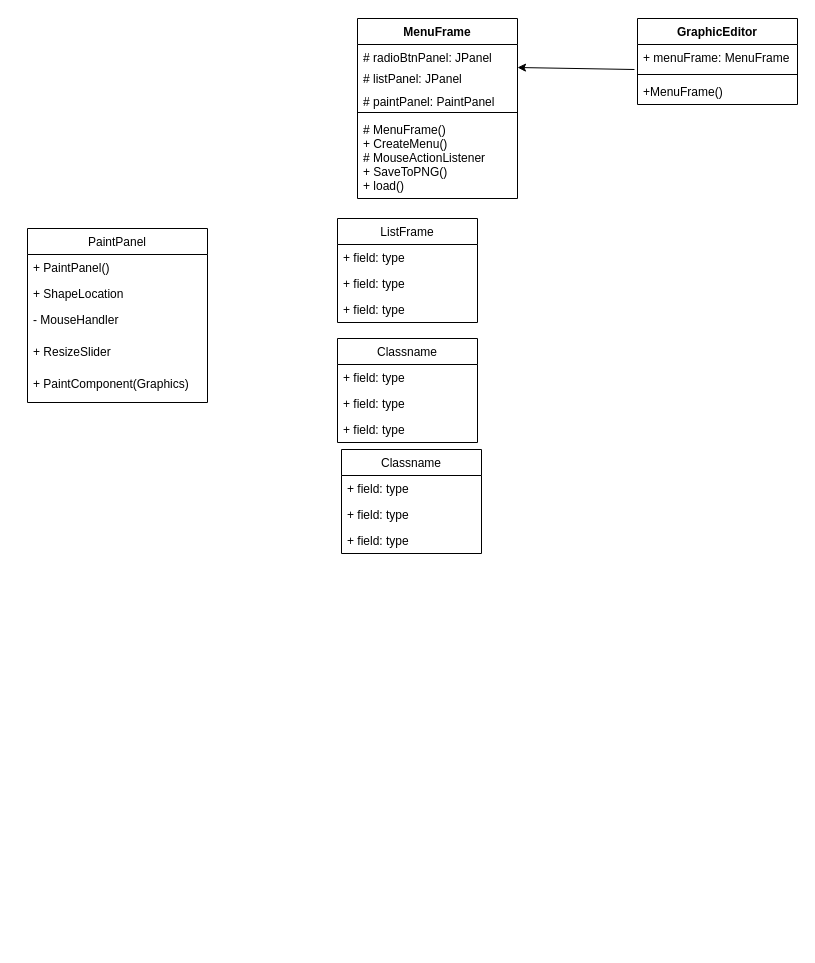
Earlier version of the draw.io diagram Graphic Editor/GraphicEditor_ClassDiagram.drawio (BUZZINGPolarBear/Kau_2020_AutomnSemester). Source tidied: cells renumbered, new cells numbered last; positions are measured from the earlier drawing's top-left corner, leaving out a move shared by most shapes. Both pictures are drawn from the tidied source at 100%, with x=0, y=0 at pixel (27, 18).
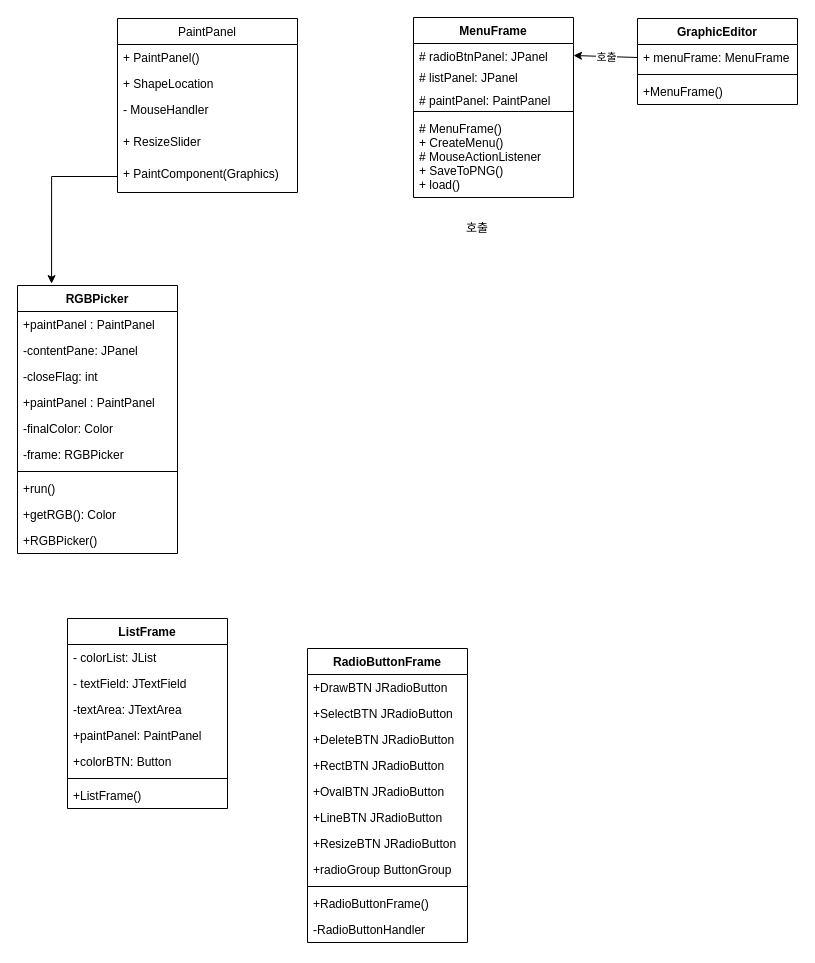
The same page after the edit.

The change refers to these unchanged cells:
```xml
<mxCell id="3" value="+ menuFrame: MenuFrame" style="text;strokeColor=none;fillColor=none;align=left;verticalAlign=top;spacingLeft=4;spacingRight=4;overflow=hidden;points=[[0,0.5],[1,0.5]];portConstraint=eastwest;" parent="2" vertex="1">
  <mxGeometry y="26" width="160" height="26" as="geometry" />
</mxCell>
<mxCell id="7" value="# radioBtnPanel: JPanel" style="text;strokeColor=none;fillColor=none;align=left;verticalAlign=top;spacingLeft=4;spacingRight=4;overflow=hidden;points=[[0,0.5],[1,0.5]];portConstraint=eastwest;" parent="6" vertex="1">
  <mxGeometry y="26" width="160" height="24" as="geometry" />
</mxCell>
<mxCell id="18" value="+ PaintComponent(Graphics)" style="text;strokeColor=none;fillColor=none;align=left;verticalAlign=top;spacingLeft=4;spacingRight=4;overflow=hidden;points=[[0,0.5],[1,0.5]];portConstraint=eastwest;" parent="13" vertex="1">
  <mxGeometry y="142" width="180" height="32" as="geometry" />
</mxCell>
```

Diff of the diagram source:
```diff
@@
     <mxCell id="6" value="MenuFrame" style="swimlane;fontStyle=1;align=center;verticalAlign=top;horizontal=1;startSize=26;" parent="1" vertex="1">
-      <mxGeometry x="330" width="160" height="180" as="geometry" />
+      <mxGeometry x="386" y="-1" width="160" height="180" as="geometry" />
     </mxCell>
@@
-    <mxCell id="12" style="endArrow=classic;html=1;exitX=-0.019;exitY=0.962;exitDx=0;exitDy=0;exitPerimeter=0;" parent="1" edge="1" source="3">
-      <mxGeometry relative="1" as="geometry">
-        <mxPoint x="490" y="49" as="targetPoint" />
-      </mxGeometry>
-    </mxCell>
     <mxCell id="13" value="PaintPanel" style="swimlane;fontStyle=0;horizontal=1;startSize=26;fillColor=none;" parent="1" vertex="1">
-      <mxGeometry y="210" width="180" height="174" as="geometry" />
+      <mxGeometry x="90" width="180" height="174" as="geometry" />
     </mxCell>
@@
-    <mxCell id="19" value="ListFrame" style="swimlane;fontStyle=0;horizontal=1;startSize=26;fillColor=none;" parent="1" vertex="1">
-      <mxGeometry x="310" y="200" width="140" height="104" as="geometry" />
+    <mxCell id="19" value="ListFrame" style="swimlane;fontStyle=1;align=center;verticalAlign=top;horizontal=1;startSize=26;" parent="1" vertex="1">
+      <mxGeometry x="40" y="600" width="160" height="190" as="geometry" />
     </mxCell>
-    <mxCell id="20" value="+ field: type" style="text;strokeColor=none;fillColor=none;align=left;verticalAlign=top;spacingLeft=4;spacingRight=4;overflow=hidden;" parent="19" vertex="1">
-      <mxGeometry y="26" width="140" height="26" as="geometry" />
-    </mxCell>
-    <mxCell id="21" value="+ field: type" style="text;strokeColor=none;fillColor=none;align=left;verticalAlign=top;spacingLeft=4;spacingRight=4;overflow=hidden;" parent="19" vertex="1">
-      <mxGeometry y="52" width="140" height="26" as="geometry" />
-    </mxCell>
-    <mxCell id="22" value="+ field: type" style="text;strokeColor=none;fillColor=none;align=left;verticalAlign=top;spacingLeft=4;spacingRight=4;overflow=hidden;" parent="19" vertex="1">
-      <mxGeometry y="78" width="140" height="26" as="geometry" />
-    </mxCell>
-    <mxCell id="23" value="Classname" style="swimlane;fontStyle=0;horizontal=1;startSize=26;fillColor=none;" parent="1" vertex="1">
-      <mxGeometry x="310" y="320" width="140" height="104" as="geometry" />
-    </mxCell>
-    <mxCell id="24" value="+ field: type" style="text;strokeColor=none;fillColor=none;align=left;verticalAlign=top;spacingLeft=4;spacingRight=4;overflow=hidden;" parent="23" vertex="1">
-      <mxGeometry y="26" width="140" height="26" as="geometry" />
-    </mxCell>
-    <mxCell id="25" value="+ field: type" style="text;strokeColor=none;fillColor=none;align=left;verticalAlign=top;spacingLeft=4;spacingRight=4;overflow=hidden;" parent="23" vertex="1">
-      <mxGeometry y="52" width="140" height="26" as="geometry" />
-    </mxCell>
-    <mxCell id="26" value="+ field: type" style="text;strokeColor=none;fillColor=none;align=left;verticalAlign=top;spacingLeft=4;spacingRight=4;overflow=hidden;" parent="23" vertex="1">
-      <mxGeometry y="78" width="140" height="26" as="geometry" />
-    </mxCell>
-    <mxCell id="27" value="Classname" style="swimlane;fontStyle=0;horizontal=1;startSize=26;fillColor=none;" parent="1" vertex="1">
-      <mxGeometry x="314" y="431" width="140" height="104" as="geometry" />
-    </mxCell>
-    <mxCell id="28" value="+ field: type" style="text;strokeColor=none;fillColor=none;align=left;verticalAlign=top;spacingLeft=4;spacingRight=4;overflow=hidden;" parent="27" vertex="1">
-      <mxGeometry y="26" width="140" height="26" as="geometry" />
-    </mxCell>
-    <mxCell id="29" value="+ field: type" style="text;strokeColor=none;fillColor=none;align=left;verticalAlign=top;spacingLeft=4;spacingRight=4;overflow=hidden;" parent="27" vertex="1">
-      <mxGeometry y="52" width="140" height="26" as="geometry" />
-    </mxCell>
-    <mxCell id="30" value="+ field: type" style="text;strokeColor=none;fillColor=none;align=left;verticalAlign=top;spacingLeft=4;spacingRight=4;overflow=hidden;" parent="27" vertex="1">
-      <mxGeometry y="78" width="140" height="26" as="geometry" />
-    </mxCell>
+    <mxCell id="31" value="- colorList: JList" style="text;strokeColor=none;fillColor=none;align=left;verticalAlign=top;spacingLeft=4;spacingRight=4;overflow=hidden;" parent="19" vertex="1">
+      <mxGeometry y="26" width="160" height="26" as="geometry" />
+    </mxCell>
+    <mxCell id="32" value="- textField: JTextField" style="text;strokeColor=none;fillColor=none;align=left;verticalAlign=top;spacingLeft=4;spacingRight=4;overflow=hidden;" parent="19" vertex="1">
+      <mxGeometry y="52" width="160" height="26" as="geometry" />
+    </mxCell>
+    <mxCell id="33" value="-textArea: JTextArea" style="text;strokeColor=none;fillColor=none;align=left;verticalAlign=top;spacingLeft=4;spacingRight=4;overflow=hidden;" parent="19" vertex="1">
+      <mxGeometry y="78" width="160" height="26" as="geometry" />
+    </mxCell>
+    <mxCell id="34" value="+paintPanel: PaintPanel" style="text;strokeColor=none;fillColor=none;align=left;verticalAlign=top;spacingLeft=4;spacingRight=4;overflow=hidden;" parent="19" vertex="1">
+      <mxGeometry y="104" width="160" height="26" as="geometry" />
+    </mxCell>
+    <mxCell id="35" value="+colorBTN: Button" style="text;strokeColor=none;fillColor=none;align=left;verticalAlign=top;spacingLeft=4;spacingRight=4;overflow=hidden;" parent="19" vertex="1">
+      <mxGeometry y="130" width="160" height="26" as="geometry" />
+    </mxCell>
+    <mxCell id="36" style="line;strokeWidth=1;fillColor=none;align=left;verticalAlign=middle;spacingTop=-1;spacingLeft=3;spacingRight=3;labelPosition=right;" parent="19" vertex="1">
+      <mxGeometry y="156" width="160" height="8" as="geometry" />
+    </mxCell>
+    <mxCell id="37" value="+ListFrame()" style="text;strokeColor=none;fillColor=none;align=left;verticalAlign=top;spacingLeft=4;spacingRight=4;overflow=hidden;" parent="19" vertex="1">
+      <mxGeometry y="164" width="160" height="26" as="geometry" />
+    </mxCell>
+    <mxCell id="38" value="RGBPicker" style="swimlane;fontStyle=1;align=center;verticalAlign=top;horizontal=1;startSize=26;" parent="1" vertex="1">
+      <mxGeometry x="-10" y="267" width="160" height="268" as="geometry" />
+    </mxCell>
+    <mxCell id="39" value="+paintPanel : PaintPanel" style="text;strokeColor=none;fillColor=none;align=left;verticalAlign=top;spacingLeft=4;spacingRight=4;overflow=hidden;" parent="38" vertex="1">
+      <mxGeometry y="26" width="160" height="26" as="geometry" />
+    </mxCell>
+    <mxCell id="40" value="-contentPane: JPanel" style="text;strokeColor=none;fillColor=none;align=left;verticalAlign=top;spacingLeft=4;spacingRight=4;overflow=hidden;" parent="38" vertex="1">
+      <mxGeometry y="52" width="160" height="26" as="geometry" />
+    </mxCell>
+    <mxCell id="41" value="-closeFlag: int" style="text;strokeColor=none;fillColor=none;align=left;verticalAlign=top;spacingLeft=4;spacingRight=4;overflow=hidden;" parent="38" vertex="1">
+      <mxGeometry y="78" width="160" height="26" as="geometry" />
+    </mxCell>
+    <mxCell id="42" value="+paintPanel : PaintPanel" style="text;strokeColor=none;fillColor=none;align=left;verticalAlign=top;spacingLeft=4;spacingRight=4;overflow=hidden;" parent="38" vertex="1">
+      <mxGeometry y="104" width="160" height="26" as="geometry" />
+    </mxCell>
+    <mxCell id="43" value="-finalColor: Color" style="text;strokeColor=none;fillColor=none;align=left;verticalAlign=top;spacingLeft=4;spacingRight=4;overflow=hidden;" parent="38" vertex="1">
+      <mxGeometry y="130" width="160" height="26" as="geometry" />
+    </mxCell>
+    <mxCell id="44" value="-frame: RGBPicker" style="text;strokeColor=none;fillColor=none;align=left;verticalAlign=top;spacingLeft=4;spacingRight=4;overflow=hidden;" parent="38" vertex="1">
+      <mxGeometry y="156" width="160" height="26" as="geometry" />
+    </mxCell>
+    <mxCell id="45" style="line;strokeWidth=1;fillColor=none;align=left;verticalAlign=middle;spacingTop=-1;spacingLeft=3;spacingRight=3;labelPosition=right;" parent="38" vertex="1">
+      <mxGeometry y="182" width="160" height="8" as="geometry" />
+    </mxCell>
+    <mxCell id="46" value="+run()" style="text;strokeColor=none;fillColor=none;align=left;verticalAlign=top;spacingLeft=4;spacingRight=4;overflow=hidden;" parent="38" vertex="1">
+      <mxGeometry y="190" width="160" height="26" as="geometry" />
+    </mxCell>
+    <mxCell id="47" value="+getRGB(): Color" style="text;strokeColor=none;fillColor=none;align=left;verticalAlign=top;spacingLeft=4;spacingRight=4;overflow=hidden;" parent="38" vertex="1">
+      <mxGeometry y="216" width="160" height="26" as="geometry" />
+    </mxCell>
+    <mxCell id="48" value="+RGBPicker()" style="text;strokeColor=none;fillColor=none;align=left;verticalAlign=top;spacingLeft=4;spacingRight=4;overflow=hidden;" parent="38" vertex="1">
+      <mxGeometry y="242" width="160" height="26" as="geometry" />
+    </mxCell>
+    <mxCell id="49" value="RadioButtonFrame" style="swimlane;fontStyle=1;align=center;verticalAlign=top;horizontal=1;startSize=26;" parent="1" vertex="1">
+      <mxGeometry x="280" y="630" width="160" height="294" as="geometry" />
+    </mxCell>
+    <mxCell id="50" value="+DrawBTN JRadioButton" style="text;strokeColor=none;fillColor=none;align=left;verticalAlign=top;spacingLeft=4;spacingRight=4;overflow=hidden;" parent="49" vertex="1">
+      <mxGeometry y="26" width="160" height="26" as="geometry" />
+    </mxCell>
+    <mxCell id="51" value="+SelectBTN JRadioButton" style="text;strokeColor=none;fillColor=none;align=left;verticalAlign=top;spacingLeft=4;spacingRight=4;overflow=hidden;" parent="49" vertex="1">
+      <mxGeometry y="52" width="160" height="26" as="geometry" />
+    </mxCell>
+    <mxCell id="52" value="+DeleteBTN JRadioButton" style="text;strokeColor=none;fillColor=none;align=left;verticalAlign=top;spacingLeft=4;spacingRight=4;overflow=hidden;" parent="49" vertex="1">
+      <mxGeometry y="78" width="160" height="26" as="geometry" />
+    </mxCell>
+    <mxCell id="53" value="+RectBTN JRadioButton" style="text;strokeColor=none;fillColor=none;align=left;verticalAlign=top;spacingLeft=4;spacingRight=4;overflow=hidden;" parent="49" vertex="1">
+      <mxGeometry y="104" width="160" height="26" as="geometry" />
+    </mxCell>
+    <mxCell id="54" value="+OvalBTN JRadioButton" style="text;strokeColor=none;fillColor=none;align=left;verticalAlign=top;spacingLeft=4;spacingRight=4;overflow=hidden;" parent="49" vertex="1">
+      <mxGeometry y="130" width="160" height="26" as="geometry" />
+    </mxCell>
+    <mxCell id="55" value="+LineBTN JRadioButton" style="text;strokeColor=none;fillColor=none;align=left;verticalAlign=top;spacingLeft=4;spacingRight=4;overflow=hidden;" parent="49" vertex="1">
+      <mxGeometry y="156" width="160" height="26" as="geometry" />
+    </mxCell>
+    <mxCell id="56" value="+ResizeBTN JRadioButton" style="text;strokeColor=none;fillColor=none;align=left;verticalAlign=top;spacingLeft=4;spacingRight=4;overflow=hidden;" parent="49" vertex="1">
+      <mxGeometry y="182" width="160" height="26" as="geometry" />
+    </mxCell>
+    <mxCell id="57" value="+radioGroup ButtonGroup" style="text;strokeColor=none;fillColor=none;align=left;verticalAlign=top;spacingLeft=4;spacingRight=4;overflow=hidden;" parent="49" vertex="1">
+      <mxGeometry y="208" width="160" height="26" as="geometry" />
+    </mxCell>
+    <mxCell id="58" style="line;strokeWidth=1;fillColor=none;align=left;verticalAlign=middle;spacingTop=-1;spacingLeft=3;spacingRight=3;labelPosition=right;" parent="49" vertex="1">
+      <mxGeometry y="234" width="160" height="8" as="geometry" />
+    </mxCell>
+    <mxCell id="59" value="+RadioButtonFrame()" style="text;strokeColor=none;fillColor=none;align=left;verticalAlign=top;spacingLeft=4;spacingRight=4;overflow=hidden;" parent="49" vertex="1">
+      <mxGeometry y="242" width="160" height="26" as="geometry" />
+    </mxCell>
+    <mxCell id="60" value="-RadioButtonHandler" style="text;strokeColor=none;fillColor=none;align=left;verticalAlign=top;spacingLeft=4;spacingRight=4;overflow=hidden;" parent="49" vertex="1">
+      <mxGeometry y="268" width="160" height="26" as="geometry" />
+    </mxCell>
+    <mxCell id="61" style="endArrow=classic;html=1;exitX=0;exitY=0.5;exitDx=0;exitDy=0;entryX=1;entryY=0.5;entryDx=0;entryDy=0;" parent="1" edge="1" source="3" target="7">
+      <mxGeometry relative="1" as="geometry" />
+    </mxCell>
+    <mxCell id="62" value="호출" style="edgeLabel;html=1;align=center;verticalAlign=middle;" parent="61" vertex="1">
+      <mxGeometry relative="1" as="geometry" />
+    </mxCell>
+    <mxCell id="63" value="호출" style="text;html=1;strokeColor=none;fillColor=none;align=center;verticalAlign=middle;whiteSpace=wrap;rounded=0;" parent="1" vertex="1">
+      <mxGeometry x="430" y="200" width="40" height="20" as="geometry" />
+    </mxCell>
+    <mxCell id="64" style="edgeStyle=orthogonalEdgeStyle;rounded=0;jettySize=auto;html=1;entryX=0.213;entryY=-0.007;entryDx=0;entryDy=0;entryPerimeter=0;" parent="1" edge="1" source="18" target="38">
+      <mxGeometry relative="1" as="geometry" />
+    </mxCell>
```
